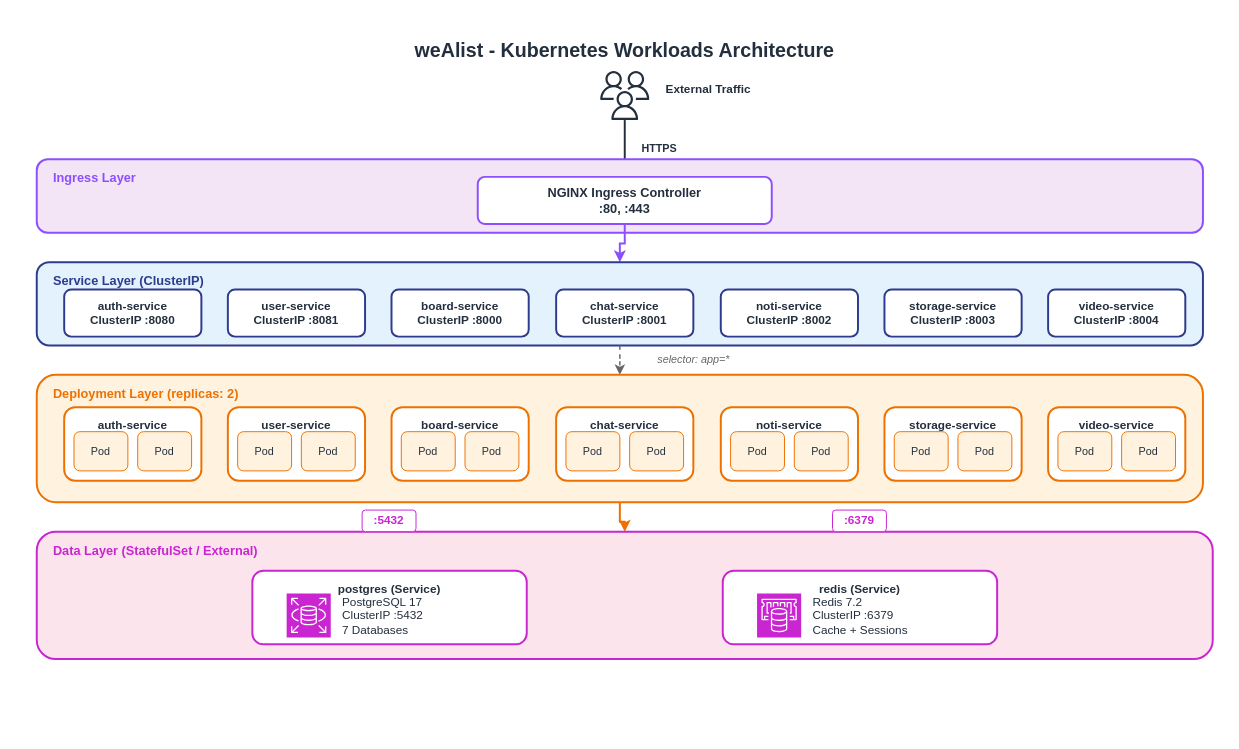
Earlier version of the draw.io diagram docs/images/wealist_k8s_workloads.drawio (OrangesCloud/wealist-project-advanced-k8s). Source tidied: cells renumbered, new cells numbered last; positions are measured from the earlier drawing's top-left corner, leaving out a move shared by most shapes. Both pictures are drawn from the tidied source at 98%, with x=0, y=0 at pixel (17, 17).
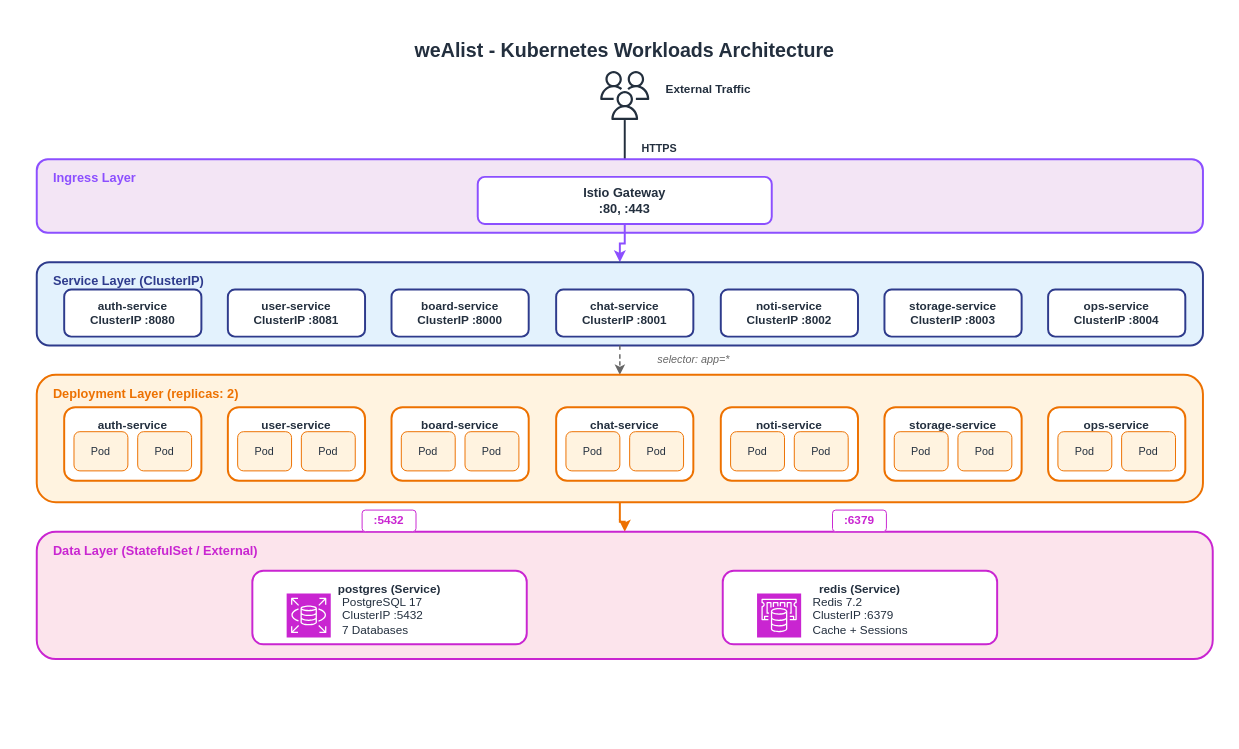
After the change.

Diff of the diagram source:
```diff
@@
-    <mxCell id="9" value="NGINX Ingress Controller&#10;:80, :443" style="rounded=1;whiteSpace=wrap;html=1;fillColor=#FFFFFF;strokeColor=#8C4FFF;strokeWidth=2;fontSize=13;fontStyle=1;fontColor=#232F3E;align=center;verticalAlign=middle;" parent="1" vertex="1">
+    <mxCell id="9" value="Istio Gateway&#10;:80, :443" style="rounded=1;whiteSpace=wrap;html=1;fillColor=#FFFFFF;strokeColor=#8C4FFF;strokeWidth=2;fontSize=13;fontStyle=1;fontColor=#232F3E;align=center;verticalAlign=middle;" parent="1" vertex="1">
       <mxGeometry x="470" y="163" width="300" height="48" as="geometry" />
     </mxCell>
@@
-    <mxCell id="18" value="video-service&#10;ClusterIP :8004" style="rounded=1;whiteSpace=wrap;html=1;fillColor=#FFFFFF;strokeColor=#2E3B8C;strokeWidth=2;fontSize=12;fontStyle=1;fontColor=#232F3E;align=center;verticalAlign=middle;" parent="1" vertex="1">
+    <mxCell id="18" value="ops-service&#10;ClusterIP :8004" style="rounded=1;whiteSpace=wrap;html=1;fillColor=#FFFFFF;strokeColor=#2E3B8C;strokeWidth=2;fontSize=12;fontStyle=1;fontColor=#232F3E;align=center;verticalAlign=middle;" parent="1" vertex="1">
       <mxGeometry x="1052" y="278" width="140" height="48" as="geometry" />
     </mxCell>
@@
-    <mxCell id="40" value="video-service" style="rounded=1;whiteSpace=wrap;html=1;fillColor=#FFFFFF;strokeColor=#ED7100;strokeWidth=2;verticalAlign=top;align=center;spacingTop=5;fontSize=12;fontStyle=1;fontColor=#232F3E;" parent="1" vertex="1">
+    <mxCell id="40" value="ops-service" style="rounded=1;whiteSpace=wrap;html=1;fillColor=#FFFFFF;strokeColor=#ED7100;strokeWidth=2;verticalAlign=top;align=center;spacingTop=5;fontSize=12;fontStyle=1;fontColor=#232F3E;" parent="1" vertex="1">
       <mxGeometry x="1052" y="398" width="140" height="75" as="geometry" />
     </mxCell>
```
